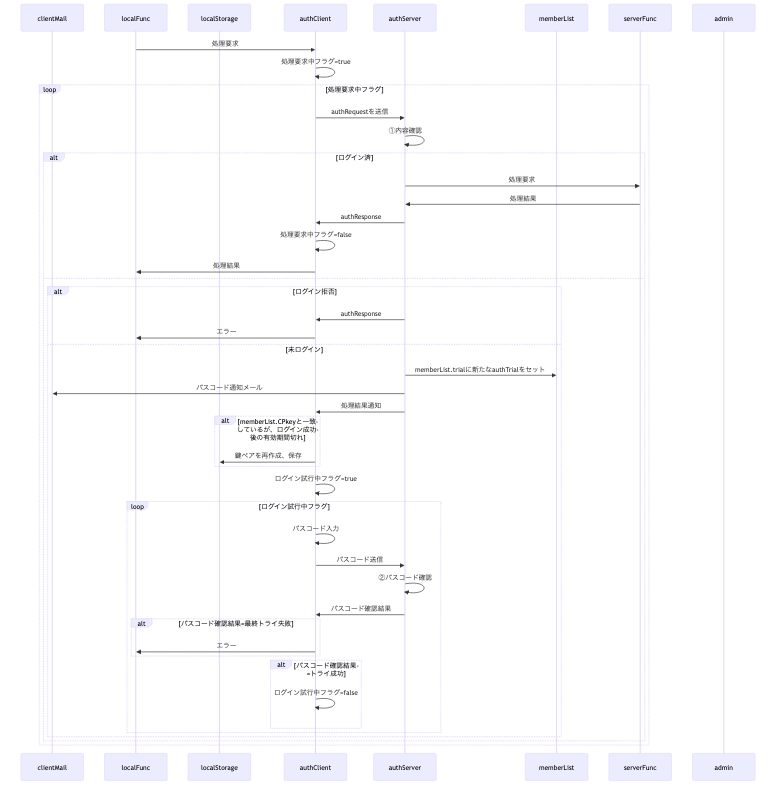
This is underDev/Auth/img/authenticate.png from nakaone/library, a Mermaid export, as it was before one commit. Its source is kept beside it as underDev/Auth/doc/authenticate.mermaid.
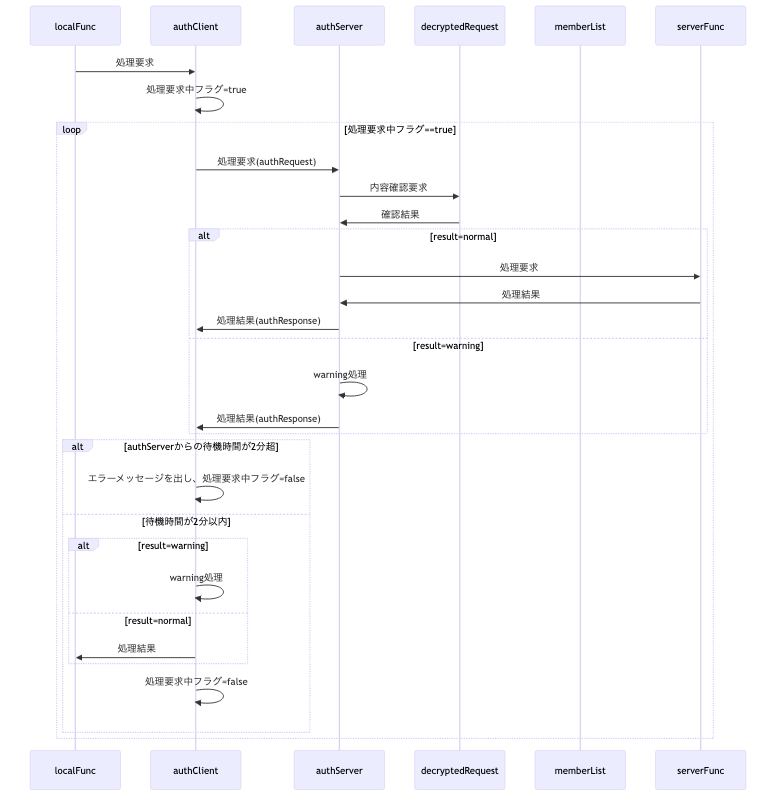
The same diagram one commit later.

The edit, as a diff of the source:
```diff
@@ -1,53 +1,36 @@
 sequenceDiagram
-  participant clientMail
   participant localFunc
-  participant localStorage
   participant authClient
   participant authServer
+  participant decryptedRequest
   participant memberList
   participant serverFunc
-  participant admin
 
   localFunc->>authClient: 処理要求
   authClient->>authClient: 処理要求中フラグ=true
-  loop 処理要求中フラグ
-    authClient->>authServer: authRequestを送信
-    authServer->>authServer: ①内容確認
+  loop 処理要求中フラグ==true
+    authClient->>authServer: 処理要求(authRequest)
 
-    alt ログイン済
+    authServer->>decryptedRequest: 内容確認要求
+    decryptedRequest->>authServer: 確認結果
+
+    alt result=normal
       authServer->>serverFunc: 処理要求
       serverFunc->>authServer: 処理結果
-      authServer->>authClient: authResponse
+      authServer->>authClient: 処理結果(authResponse)
+    else result=warning
+      authServer->>authServer: warning処理
+      authServer->>authClient: 処理結果(authResponse)
+    end
+
+    alt authServerからの待機時間が2分超
+      authClient->>authClient: エラーメッセージを出し、処理要求中フラグ=false
+    else 待機時間が2分以内
+      alt result=warning
+        authClient->>authClient: warning処理
+      else result=normal
+        authClient->>localFunc: 処理結果
+      end
       authClient->>authClient: 処理要求中フラグ=false
-      authClient->>localFunc: 処理結果
-    else
-      alt ログイン拒否
-        authServer->>authClient: authResponse
-        authClient->>localFunc: エラー
-      else 未ログイン
-        authServer->>memberList: memberList.trialに新たなauthTrialをセット
-        authServer->>clientMail: パスコード通知メール
-        authServer->>authClient: 処理結果通知
-
-        alt memberList.CPkeyと一致しているが、ログイン成功後の有効期間切れ
-          authClient->>localStorage: 鍵ペアを再作成、保存
-        end
-
-        authClient->>authClient: ログイン試行中フラグ=true
-        loop ログイン試行中フラグ
-          authClient->>authClient: パスコード入力
-          authClient->>authServer: パスコード送信
-
-          authServer->>authServer: ②パスコード確認
-          authServer->>authClient: パスコード確認結果
-
-          alt パスコード確認結果=最終トライ失敗
-            authClient->>localFunc: エラー
-          end
-          alt パスコード確認結果=トライ成功
-            authClient->>authClient: ログイン試行中フラグ=false
-          end
-        end
-      end
     end
   end
```
